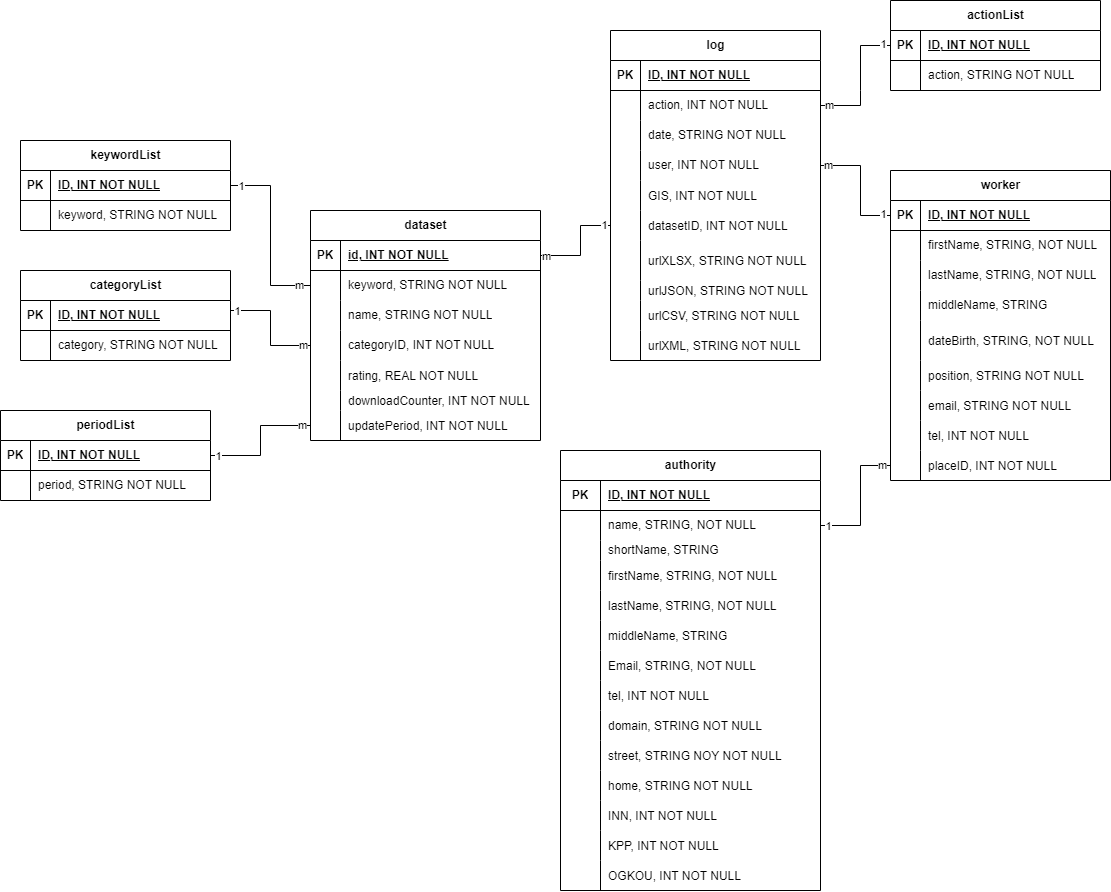
Earlier version of the draw.io export даталогическая модель.png (n0kse/shumskiiIN_kursovaya). Source tidied: cells renumbered, new cells last; positions are measured from the earlier drawing's top-left corner, leaving out a move shared by most shapes.
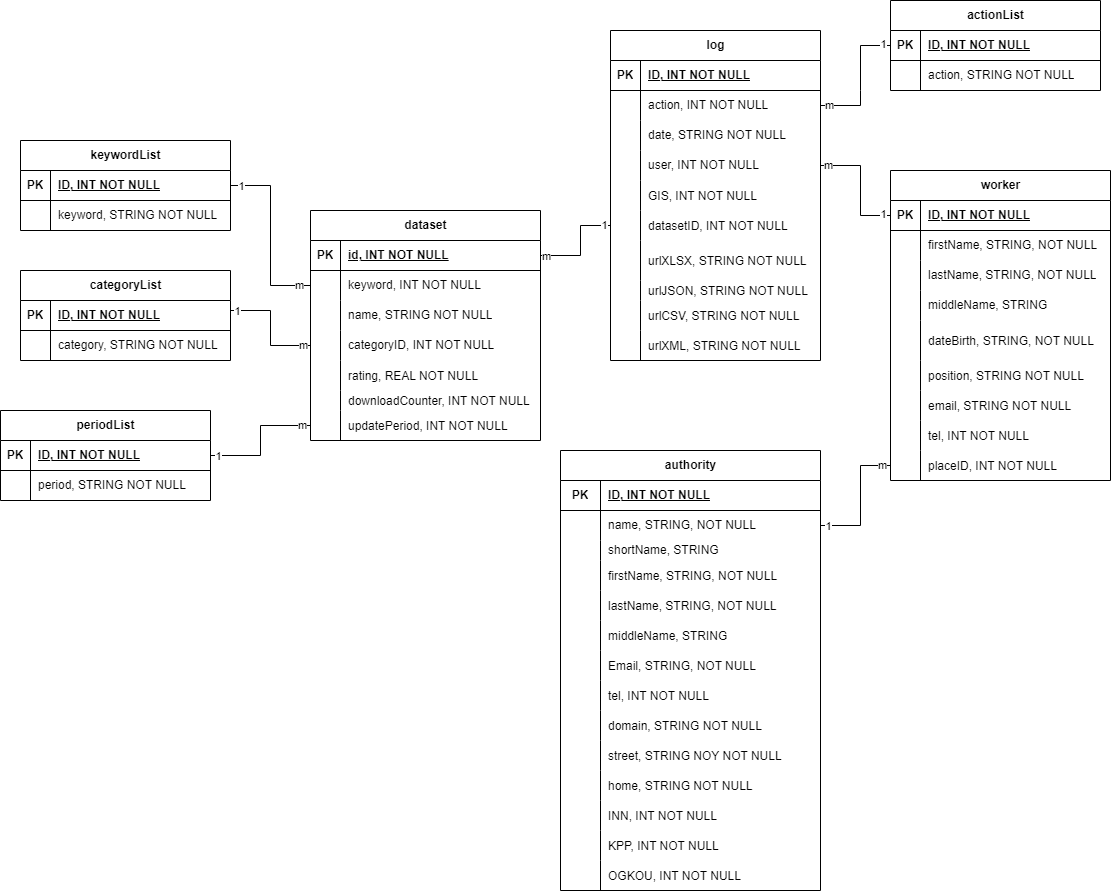
The same diagram one commit later.

Commit message:
исправление типа данных в таблице датасет

Change to the diagram source:
```diff
@@ -347,7 +347,7 @@
     <mxCell id="116" style="shape=partialRectangle;fillColor=none;top=0;left=0;bottom=0;right=0;overflow=hidden;whiteSpace=wrap;html=1;" parent="115" vertex="1">
       <mxGeometry width="30" height="30" as="geometry" />
     </mxCell>
-    <mxCell id="117" value="keyword, STRING NOT NULL" style="shape=partialRectangle;fillColor=none;top=0;left=0;bottom=0;right=0;align=left;spacingLeft=6;overflow=hidden;whiteSpace=wrap;html=1;" parent="115" vertex="1">
+    <mxCell id="117" value="keyword, INT NOT NULL" style="shape=partialRectangle;fillColor=none;top=0;left=0;bottom=0;right=0;align=left;spacingLeft=6;overflow=hidden;whiteSpace=wrap;html=1;" parent="115" vertex="1">
       <mxGeometry x="30" width="200" height="30" as="geometry" />
     </mxCell>
     <mxCell id="118" style="shape=tableRow;horizontal=0;startSize=0;swimlaneHead=0;swimlaneBody=0;fillColor=none;top=0;left=0;right=0;bottom=0;" parent="111" vertex="1">
```
